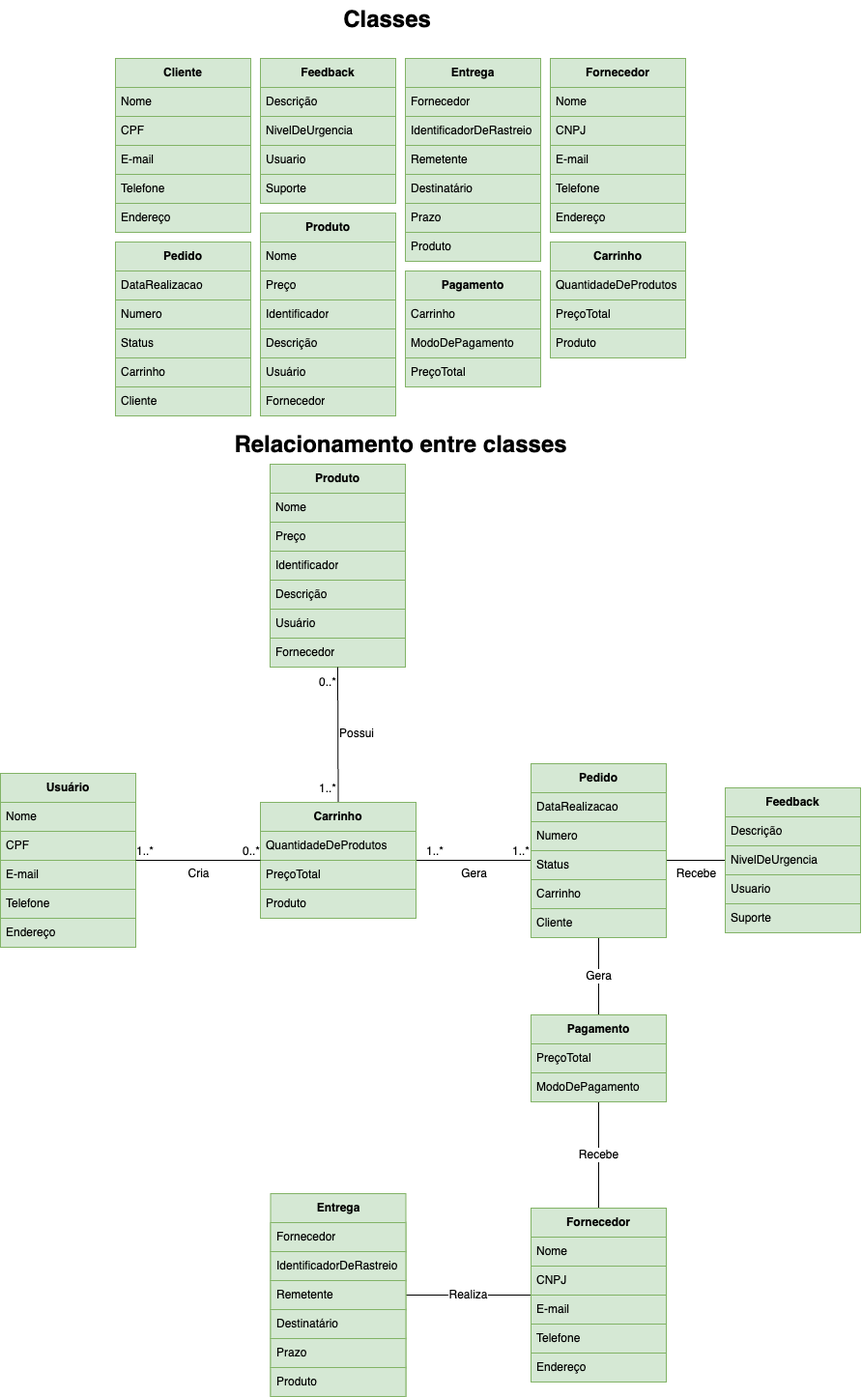
Earlier version of the draw.io export Fluxos/Modelo de Dominio.png (khaledhazime/techstream). Source tidied: cells renumbered, new cells last; positions are measured from the earlier drawing's top-left corner, leaving out a move shared by most shapes.
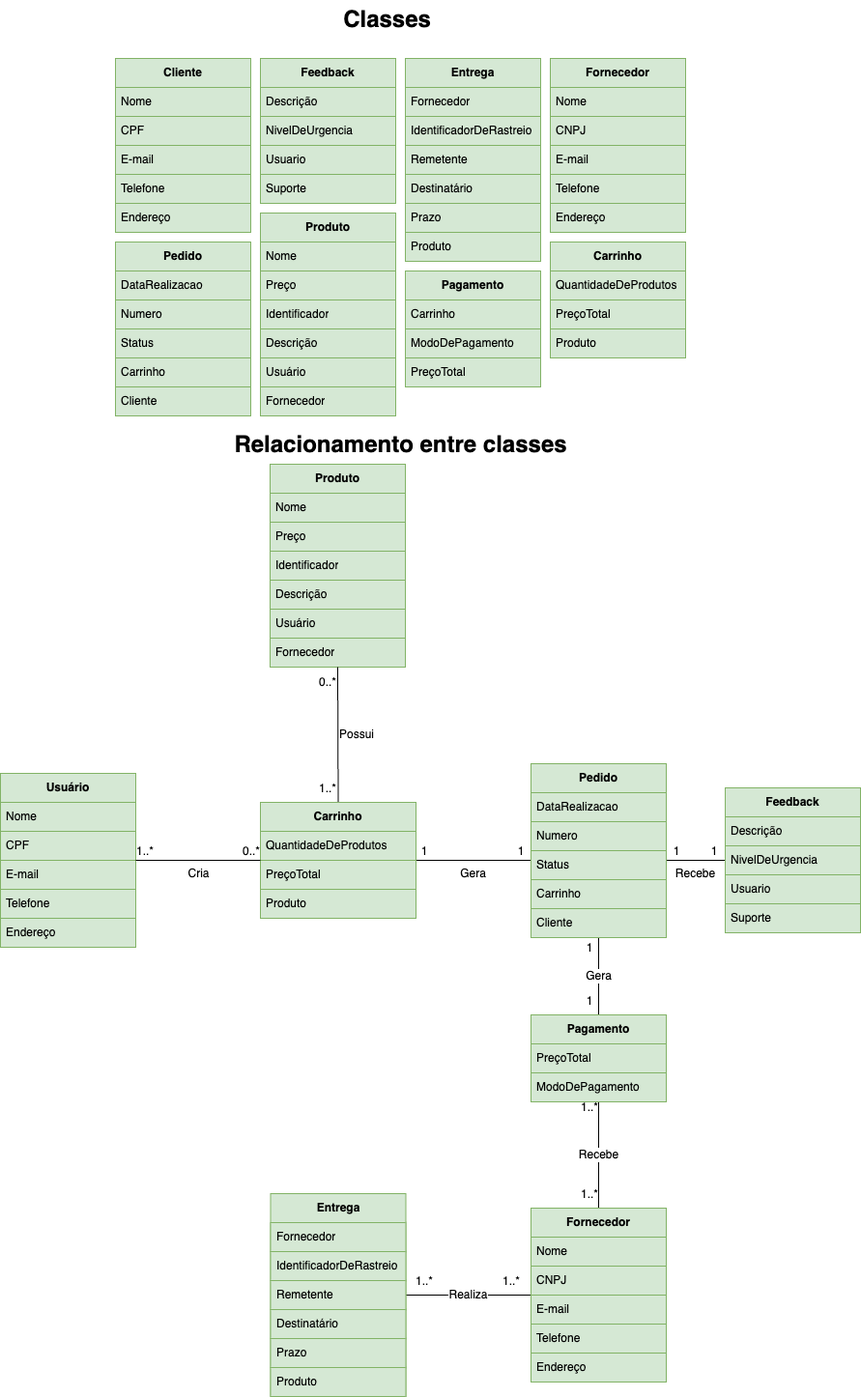
The same diagram one commit later.

The edit, as a diff of the source:
```diff
@@ -274,12 +274,6 @@
     <mxCell id="90" value="&lt;font style=&quot;font-size: 12px;&quot;&gt;0..*&lt;/font&gt;" style="text;html=1;align=center;verticalAlign=middle;whiteSpace=wrap;rounded=0;fontSize=16;" parent="1" vertex="1">
       <mxGeometry x="309" y="690" width="60" height="30" as="geometry" />
     </mxCell>
-    <mxCell id="91" value="&lt;font style=&quot;font-size: 12px;&quot;&gt;1..*&lt;/font&gt;" style="text;html=1;align=center;verticalAlign=middle;whiteSpace=wrap;rounded=0;fontSize=16;" parent="1" vertex="1">
-      <mxGeometry x="419.5" y="865" width="60" height="30" as="geometry" />
-    </mxCell>
-    <mxCell id="92" value="&lt;font style=&quot;font-size: 12px;&quot;&gt;1..*&lt;/font&gt;" style="text;html=1;align=center;verticalAlign=middle;whiteSpace=wrap;rounded=0;fontSize=16;" parent="1" vertex="1">
-      <mxGeometry x="509" y="865" width="60" height="30" as="geometry" />
-    </mxCell>
     <mxCell id="93" value="Produto" style="swimlane;fontStyle=1;horizontal=1;startSize=30;whiteSpace=wrap;html=1;fillColor=#d5e8d4;strokeColor=#82b366;" parent="1" vertex="1">
       <mxGeometry x="269" y="220" width="140" height="210" as="geometry" />
     </mxCell>
@@ -319,5 +313,35 @@
     <mxCell id="105" value="Cliente" style="text;strokeColor=#82b366;fillColor=#d5e8d4;align=left;verticalAlign=middle;spacingLeft=4;spacingRight=4;overflow=hidden;whiteSpace=wrap;html=1;" parent="100" vertex="1">
       <mxGeometry y="150" width="140" height="30" as="geometry" />
     </mxCell>
+    <mxCell id="106" value="&lt;font style=&quot;font-size: 12px;&quot;&gt;1&lt;/font&gt;" style="text;html=1;align=center;verticalAlign=middle;whiteSpace=wrap;rounded=0;fontSize=16;" parent="1" vertex="1">
+      <mxGeometry x="580" y="965" width="60" height="30" as="geometry" />
+    </mxCell>
+    <mxCell id="107" value="&lt;font style=&quot;font-size: 12px;&quot;&gt;1&lt;/font&gt;" style="text;html=1;align=center;verticalAlign=middle;whiteSpace=wrap;rounded=0;fontSize=16;" parent="1" vertex="1">
+      <mxGeometry x="580" y="1020" width="60" height="30" as="geometry" />
+    </mxCell>
+    <mxCell id="108" value="&lt;font style=&quot;font-size: 12px;&quot;&gt;1&lt;/font&gt;" style="text;html=1;align=center;verticalAlign=middle;whiteSpace=wrap;rounded=0;fontSize=16;" parent="1" vertex="1">
+      <mxGeometry x="509" y="865" width="60" height="30" as="geometry" />
+    </mxCell>
+    <mxCell id="109" value="&lt;font style=&quot;font-size: 12px;&quot;&gt;1&lt;/font&gt;" style="text;html=1;align=center;verticalAlign=middle;whiteSpace=wrap;rounded=0;fontSize=16;" parent="1" vertex="1">
+      <mxGeometry x="409" y="865" width="60" height="30" as="geometry" />
+    </mxCell>
+    <mxCell id="110" value="&lt;font style=&quot;font-size: 12px;&quot;&gt;1&lt;/font&gt;" style="text;html=1;align=center;verticalAlign=middle;whiteSpace=wrap;rounded=0;fontSize=16;" parent="1" vertex="1">
+      <mxGeometry x="670" y="865" width="60" height="30" as="geometry" />
+    </mxCell>
+    <mxCell id="111" value="&lt;font style=&quot;font-size: 12px;&quot;&gt;1&lt;/font&gt;" style="text;html=1;align=center;verticalAlign=middle;whiteSpace=wrap;rounded=0;fontSize=16;" parent="1" vertex="1">
+      <mxGeometry x="709" y="865" width="60" height="30" as="geometry" />
+    </mxCell>
+    <mxCell id="112" value="&lt;font style=&quot;font-size: 12px;&quot;&gt;1..*&lt;/font&gt;" style="text;html=1;align=center;verticalAlign=middle;whiteSpace=wrap;rounded=0;fontSize=16;" parent="1" vertex="1">
+      <mxGeometry x="580" y="1130" width="60" height="30" as="geometry" />
+    </mxCell>
+    <mxCell id="113" value="&lt;font style=&quot;font-size: 12px;&quot;&gt;1..*&lt;/font&gt;" style="text;html=1;align=center;verticalAlign=middle;whiteSpace=wrap;rounded=0;fontSize=16;" parent="1" vertex="1">
+      <mxGeometry x="580" y="1220" width="60" height="30" as="geometry" />
+    </mxCell>
+    <mxCell id="114" value="&lt;font style=&quot;font-size: 12px;&quot;&gt;1..*&lt;/font&gt;" style="text;html=1;align=center;verticalAlign=middle;whiteSpace=wrap;rounded=0;fontSize=16;" parent="1" vertex="1">
+      <mxGeometry x="499" y="1310" width="60" height="30" as="geometry" />
+    </mxCell>
+    <mxCell id="115" value="&lt;font style=&quot;font-size: 12px;&quot;&gt;1..*&lt;/font&gt;" style="text;html=1;align=center;verticalAlign=middle;whiteSpace=wrap;rounded=0;fontSize=16;" parent="1" vertex="1">
+      <mxGeometry x="409" y="1310" width="60" height="30" as="geometry" />
+    </mxCell>
   </root>
 </mxGraphModel>
```
